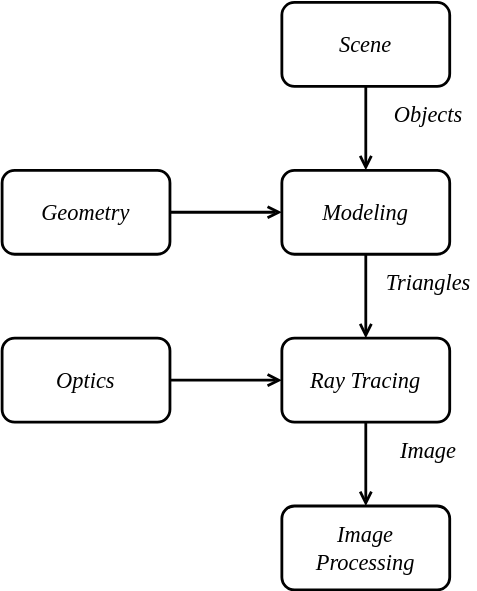
This is docs/assets/system1.svg from Algo2147483647/Ray, a draw.io export, as it was before one commit. Source tidied: cells renumbered, new cells last; positions are measured from the earlier drawing's top-left corner, leaving out a move shared by most shapes.
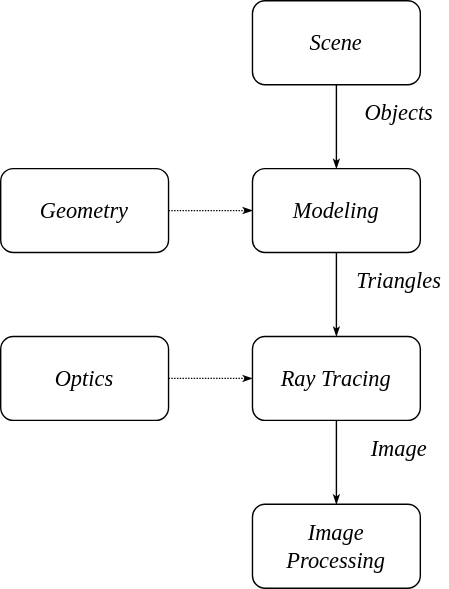
The same file after the commit.

The edit, as a diff of the source:
```diff
@@ -2,25 +2,25 @@
   <root>
     <mxCell id="0" />
     <mxCell id="1" parent="0" />
-    <mxCell id="2" value="Image&lt;div&gt;Processing&lt;/div&gt;" style="rounded=1;whiteSpace=wrap;html=1;strokeWidth=2;fontFamily=Times New Roman;fontStyle=2;fontSize=16;" parent="1" vertex="1">
+    <mxCell id="2" value="Image&lt;div&gt;Processing&lt;/div&gt;" style="rounded=1;whiteSpace=wrap;html=1;strokeWidth=1;fontFamily=Times New Roman;fontStyle=2;fontSize=16;" parent="1" vertex="1">
       <mxGeometry x="200" y="360" width="120" height="60" as="geometry" />
     </mxCell>
-    <mxCell id="3" style="edgeStyle=orthogonalEdgeStyle;shape=connector;curved=0;rounded=1;jettySize=auto;html=1;strokeColor=default;strokeWidth=2;align=center;verticalAlign=middle;fontFamily=Helvetica;fontSize=11;fontColor=default;labelBackgroundColor=default;endArrow=open;endFill=0;" parent="1" edge="1" source="4" target="6">
+    <mxCell id="3" style="edgeStyle=orthogonalEdgeStyle;shape=connector;curved=0;rounded=1;jettySize=auto;html=1;strokeColor=default;strokeWidth=1;align=center;verticalAlign=middle;fontFamily=Helvetica;fontSize=11;fontColor=default;labelBackgroundColor=default;endArrow=classicThin;endFill=1;endSize=4;" parent="1" edge="1" source="4" target="6">
       <mxGeometry relative="1" as="geometry" />
     </mxCell>
-    <mxCell id="4" value="Scene" style="rounded=1;whiteSpace=wrap;html=1;strokeWidth=2;fontFamily=Times New Roman;fontStyle=2;fontSize=16;" parent="1" vertex="1">
+    <mxCell id="4" value="Scene" style="rounded=1;whiteSpace=wrap;html=1;strokeWidth=1;fontFamily=Times New Roman;fontStyle=2;fontSize=16;" parent="1" vertex="1">
       <mxGeometry x="200" width="120" height="60" as="geometry" />
     </mxCell>
-    <mxCell id="5" style="edgeStyle=orthogonalEdgeStyle;shape=connector;curved=0;rounded=1;jettySize=auto;html=1;strokeColor=default;strokeWidth=2;align=center;verticalAlign=middle;fontFamily=Helvetica;fontSize=11;fontColor=default;labelBackgroundColor=default;endArrow=open;endFill=0;" parent="1" edge="1" source="6" target="8">
+    <mxCell id="5" style="edgeStyle=orthogonalEdgeStyle;shape=connector;curved=0;rounded=1;jettySize=auto;html=1;strokeColor=default;strokeWidth=1;align=center;verticalAlign=middle;fontFamily=Helvetica;fontSize=11;fontColor=default;labelBackgroundColor=default;endArrow=classicThin;endFill=1;endSize=4;" parent="1" edge="1" source="6" target="8">
       <mxGeometry relative="1" as="geometry" />
     </mxCell>
-    <mxCell id="6" value="Modeling" style="rounded=1;whiteSpace=wrap;html=1;strokeWidth=2;fontFamily=Times New Roman;fontStyle=2;fontSize=16;" parent="1" vertex="1">
+    <mxCell id="6" value="Modeling" style="rounded=1;whiteSpace=wrap;html=1;strokeWidth=1;fontFamily=Times New Roman;fontStyle=2;fontSize=16;" parent="1" vertex="1">
       <mxGeometry x="200" y="120" width="120" height="60" as="geometry" />
     </mxCell>
-    <mxCell id="7" style="edgeStyle=orthogonalEdgeStyle;shape=connector;curved=0;rounded=1;jettySize=auto;html=1;strokeColor=default;strokeWidth=2;align=center;verticalAlign=middle;fontFamily=Helvetica;fontSize=11;fontColor=default;labelBackgroundColor=default;endArrow=open;endFill=0;" parent="1" edge="1" source="8" target="2">
+    <mxCell id="7" style="edgeStyle=orthogonalEdgeStyle;shape=connector;curved=0;rounded=1;jettySize=auto;html=1;strokeColor=default;strokeWidth=1;align=center;verticalAlign=middle;fontFamily=Helvetica;fontSize=11;fontColor=default;labelBackgroundColor=default;endArrow=classicThin;endFill=1;endSize=4;" parent="1" edge="1" source="8" target="2">
       <mxGeometry relative="1" as="geometry" />
     </mxCell>
-    <mxCell id="8" value="Ray Tracing" style="rounded=1;whiteSpace=wrap;html=1;strokeWidth=2;fontFamily=Times New Roman;fontStyle=2;fontSize=16;" parent="1" vertex="1">
+    <mxCell id="8" value="Ray Tracing" style="rounded=1;whiteSpace=wrap;html=1;strokeWidth=1;fontFamily=Times New Roman;fontStyle=2;fontSize=16;" parent="1" vertex="1">
       <mxGeometry x="200" y="240" width="120" height="60" as="geometry" />
     </mxCell>
     <mxCell id="9" value="&lt;span style=&quot;color: rgb(0, 0, 0); font-family: &amp;quot;Times New Roman&amp;quot;; font-size: 16px; font-style: italic; font-variant-ligatures: normal; font-variant-caps: normal; font-weight: 400; letter-spacing: normal; orphans: 2; text-indent: 0px; text-transform: none; widows: 2; word-spacing: 0px; -webkit-text-stroke-width: 0px; white-space: normal; text-decoration-thickness: initial; text-decoration-style: initial; text-decoration-color: initial; float: none; display: inline !important;&quot;&gt;Triangles&lt;/span&gt;" style="text;whiteSpace=wrap;html=1;fontFamily=Helvetica;fontSize=11;fontColor=default;labelBackgroundColor=none;align=center;verticalAlign=middle;" parent="1" vertex="1">
@@ -32,17 +32,17 @@
     <mxCell id="11" value="&lt;span style=&quot;color: rgb(0, 0, 0); font-family: &amp;quot;Times New Roman&amp;quot;; font-size: 16px; font-style: italic; font-variant-ligatures: normal; font-variant-caps: normal; font-weight: 400; letter-spacing: normal; orphans: 2; text-indent: 0px; text-transform: none; widows: 2; word-spacing: 0px; -webkit-text-stroke-width: 0px; white-space: normal; text-decoration-thickness: initial; text-decoration-style: initial; text-decoration-color: initial; float: none; display: inline !important;&quot;&gt;Image&lt;/span&gt;" style="text;whiteSpace=wrap;html=1;fontFamily=Helvetica;fontSize=11;fontColor=default;labelBackgroundColor=none;align=center;verticalAlign=middle;" parent="1" vertex="1">
       <mxGeometry x="270" y="300" width="70" height="40" as="geometry" />
     </mxCell>
-    <mxCell id="12" style="edgeStyle=orthogonalEdgeStyle;shape=connector;curved=0;rounded=1;jettySize=auto;html=1;strokeColor=default;strokeWidth=2;align=center;verticalAlign=middle;fontFamily=Helvetica;fontSize=11;fontColor=default;labelBackgroundColor=default;endArrow=open;endFill=0;" parent="1" edge="1" source="13" target="6">
+    <mxCell id="12" style="edgeStyle=orthogonalEdgeStyle;shape=connector;curved=0;rounded=1;jettySize=auto;html=1;strokeColor=default;strokeWidth=1;align=center;verticalAlign=middle;fontFamily=Helvetica;fontSize=11;fontColor=default;labelBackgroundColor=default;endArrow=classicThin;endFill=1;endSize=4;dashed=1;dashPattern=1 1;" parent="1" edge="1" source="13" target="6">
       <mxGeometry relative="1" as="geometry" />
     </mxCell>
-    <mxCell id="13" value="Geometry" style="rounded=1;whiteSpace=wrap;html=1;strokeWidth=2;fontFamily=Times New Roman;fontStyle=2;fontSize=16;" parent="1" vertex="1">
-      <mxGeometry y="120" width="120" height="60" as="geometry" />
+    <mxCell id="13" value="Geometry" style="rounded=1;whiteSpace=wrap;html=1;strokeWidth=1;fontFamily=Times New Roman;fontStyle=2;fontSize=16;" parent="1" vertex="1">
+      <mxGeometry x="20" y="120" width="120" height="60" as="geometry" />
     </mxCell>
-    <mxCell id="14" style="edgeStyle=orthogonalEdgeStyle;shape=connector;curved=0;rounded=1;jettySize=auto;html=1;strokeColor=default;strokeWidth=2;align=center;verticalAlign=middle;fontFamily=Helvetica;fontSize=11;fontColor=default;labelBackgroundColor=default;endArrow=open;endFill=0;" parent="1" edge="1" source="15" target="8">
+    <mxCell id="14" style="edgeStyle=orthogonalEdgeStyle;shape=connector;curved=0;rounded=1;jettySize=auto;html=1;strokeColor=default;strokeWidth=1;align=center;verticalAlign=middle;fontFamily=Helvetica;fontSize=11;fontColor=default;labelBackgroundColor=default;endArrow=classicThin;endFill=1;endSize=4;dashed=1;dashPattern=1 1;" parent="1" edge="1" source="15" target="8">
       <mxGeometry relative="1" as="geometry" />
     </mxCell>
-    <mxCell id="15" value="Optics" style="rounded=1;whiteSpace=wrap;html=1;strokeWidth=2;fontFamily=Times New Roman;fontStyle=2;fontSize=16;" parent="1" vertex="1">
-      <mxGeometry y="240" width="120" height="60" as="geometry" />
+    <mxCell id="15" value="Optics" style="rounded=1;whiteSpace=wrap;html=1;strokeWidth=1;fontFamily=Times New Roman;fontStyle=2;fontSize=16;" parent="1" vertex="1">
+      <mxGeometry x="20" y="240" width="120" height="60" as="geometry" />
     </mxCell>
   </root>
 </mxGraphModel>
```
